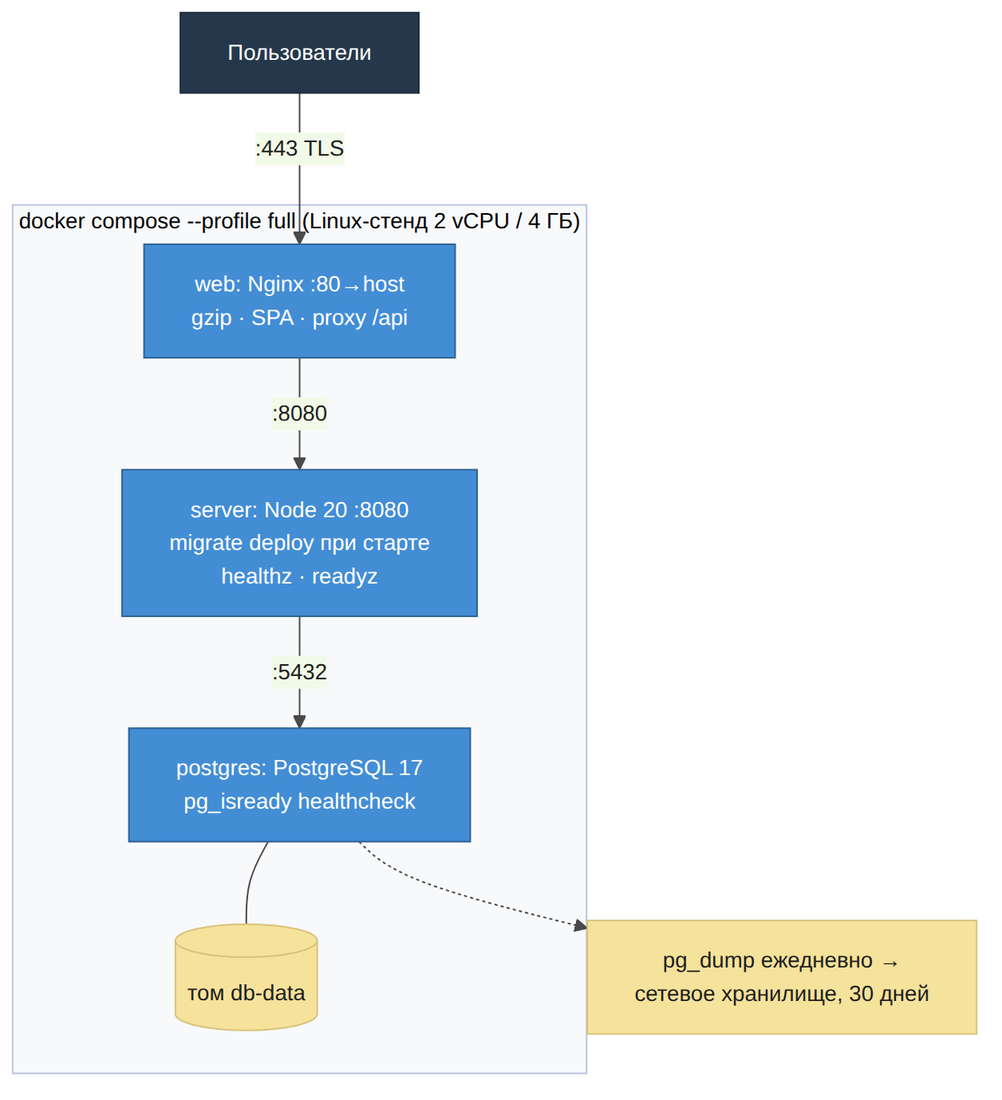
Before: docs/specs/diagrams/05-deployment.png, a diagram exported from Mermaid (ayurasov/vacation-planner). Its source is kept beside it as tools/diagrams/src/05-deployment.mmd.
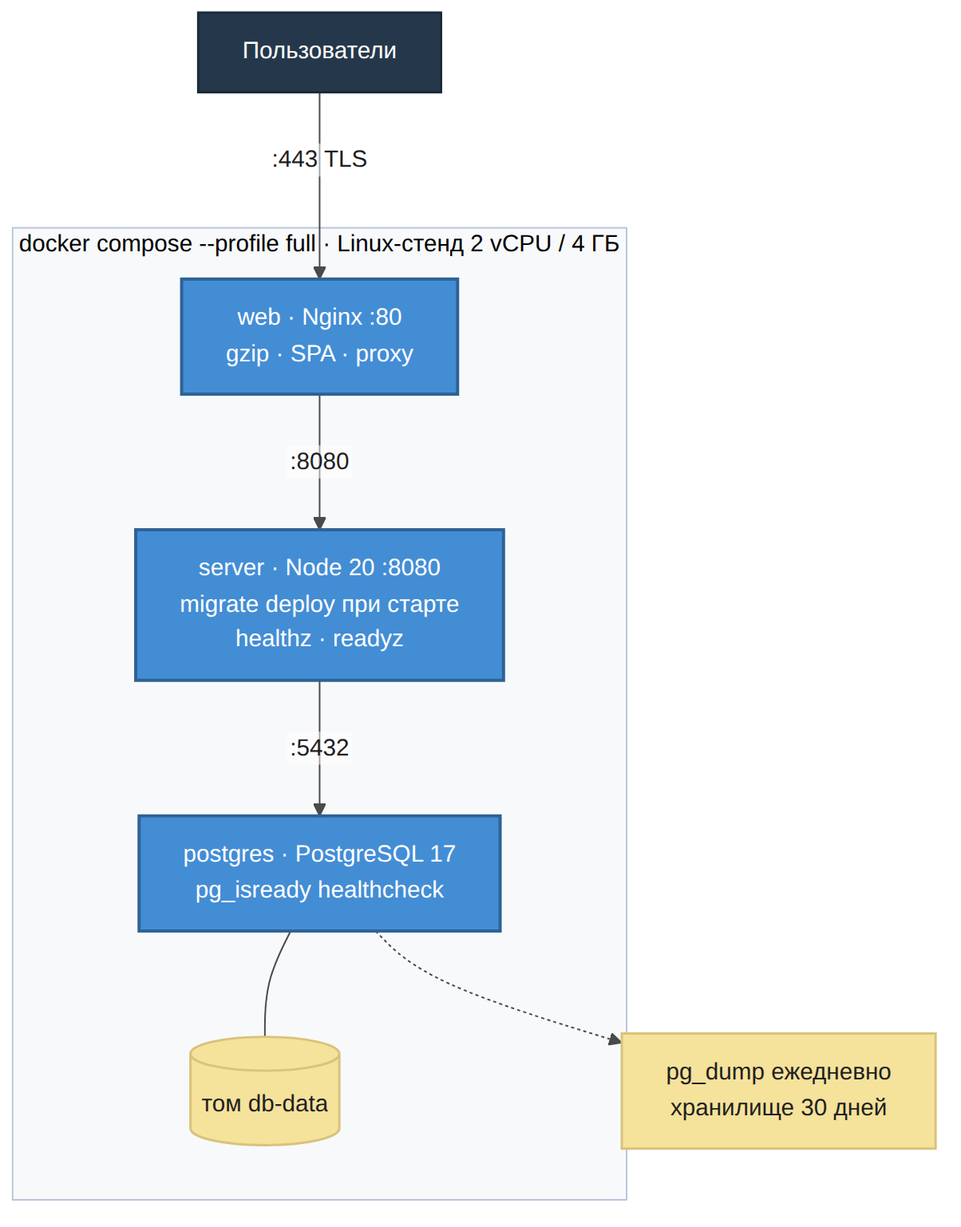
Later version of the same file.

Change to the diagram source:
```diff
@@ -1,20 +1,20 @@
 flowchart TB
     USERS["Пользователи"]
-    subgraph compose["docker compose --profile full (Linux-стенд 2 vCPU / 4 ГБ)"]
-        NGINX["web: Nginx :80→host<br/>gzip · SPA · proxy /api"]
-        NODE["server: Node 20 :8080<br/>migrate deploy при старте<br/>healthz · readyz"]
-        PG["postgres: PostgreSQL 17<br/>pg_isready healthcheck"]
+    subgraph compose["docker compose --profile full · Linux-стенд 2 vCPU / 4 ГБ"]
+        NGINX["web · Nginx :80<br/>gzip · SPA · proxy"]
+        NODE["server · Node 20 :8080<br/>migrate deploy при старте<br/>healthz · readyz"]
+        PG["postgres · PostgreSQL 17<br/>pg_isready healthcheck"]
         VOL[("том db-data")]
     end
-    BAK["pg_dump ежедневно →<br/>сетевое хранилище, 30 дней"]
+    BAK["pg_dump ежедневно<br/>хранилище 30 дней"]
     USERS -->|":443 TLS"| NGINX
     NGINX -->|":8080"| NODE
     NODE -->|":5432"| PG
     PG --- VOL
     PG -.-> BAK
-    classDef node fill:#438DD5,color:#fff,stroke:#2E6295
-    classDef data fill:#F5E29B,color:#1F1F1F,stroke:#D9C27A
-    classDef infra fill:#25384B,color:#fff,stroke:#1F2F3F
+    classDef node fill:#438DD5,color:#fff,stroke:#2E6295,stroke-width:2px
+    classDef data fill:#F5E29B,color:#1F1F1F,stroke:#D9C27A,stroke-width:1.5px
+    classDef infra fill:#25384B,color:#fff,stroke:#1B2A38,stroke-width:1.5px
     class NGINX,NODE,PG node
     class VOL,BAK data
     class USERS infra
```
